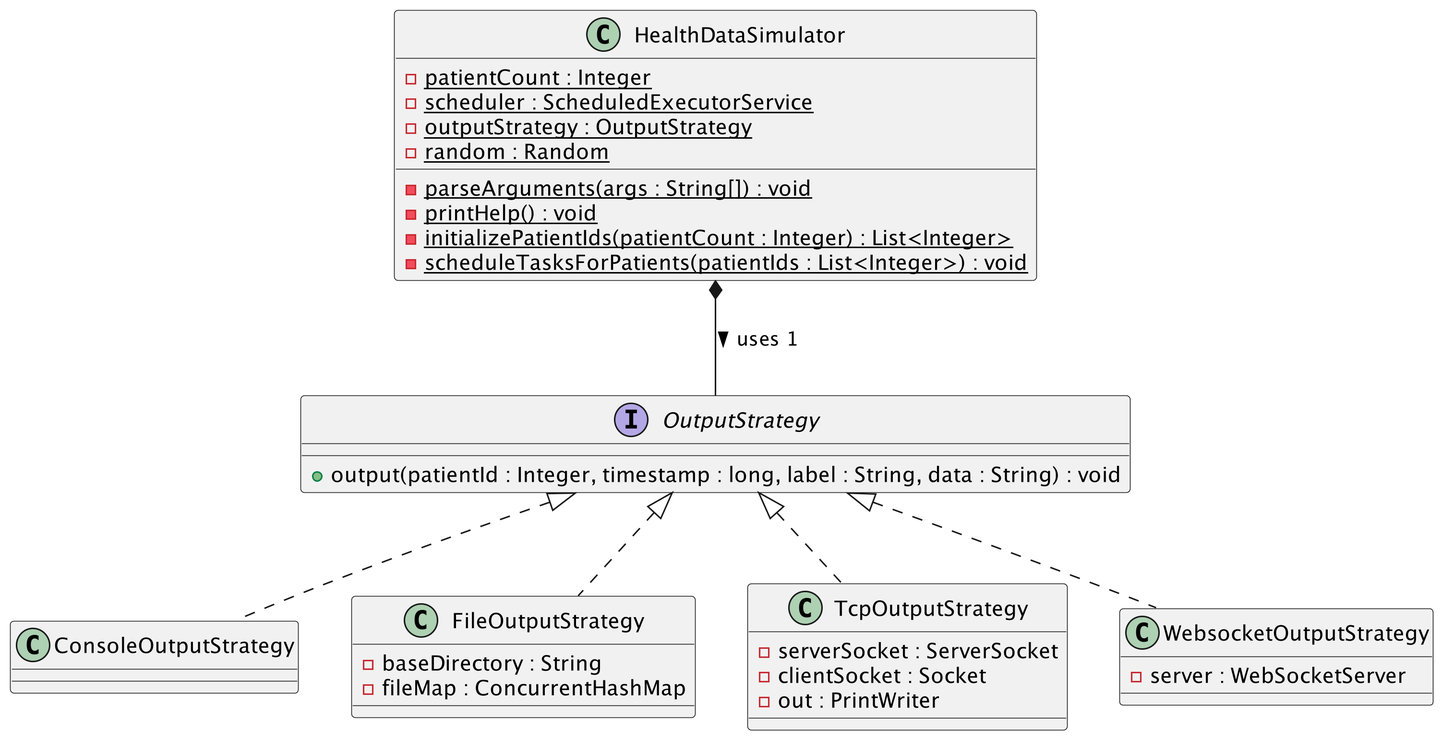
The PlantUML diagram uml_models/class-diagram.png in cartesian-plane/signal_project, before a commit.
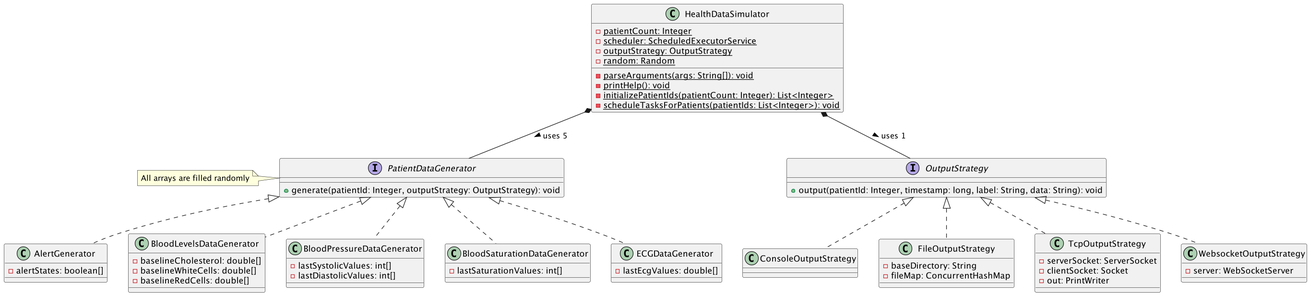
After the change.

Commit message:
Finish Class diagram

Diff of the diagram source:
```diff
@@ -2,24 +2,62 @@
 
 skinparam dpi 300
 
-HealthDataSimulator *-- OutputStrategy : uses 1 >
+HealthDataSimulator *-- OutputStrategy: uses 1 >
+HealthDataSimulator *-- PatientDataGenerator: uses 5 >
 
 class HealthDataSimulator {
-    - patientCount : Integer {static}
-    - scheduler : ScheduledExecutorService {static}
-    - outputStrategy : OutputStrategy {static}
-    - random : Random {static}
+    - patientCount: Integer {static}
+    - scheduler: ScheduledExecutorService {static}
+    - outputStrategy: OutputStrategy {static}
+    - random: Random {static}
 
-    - parseArguments(args : String[]) : void {static}
-    - printHelp() : void {static}
-    - initializePatientIds(patientCount : Integer) : List<Integer> {static}
-    - scheduleTasksForPatients(patientIds : List<Integer>) : void {static}
+    - parseArguments(args: String[]): void {static}
+    - printHelp(): void {static}
+    - initializePatientIds(patientCount: Integer): List<Integer> {static}
+    - scheduleTasksForPatients(patientIds: List<Integer>): void {static}
 
 
 }
 
+interface PatientDataGenerator {
+    + generate(patientId: Integer, outputStrategy: OutputStrategy): void
+}
+note left of PatientDataGenerator: All arrays are filled randomly
+
+
+class AlertGenerator {
+    - alertStates: boolean[]
+
+}
+
+class BloodLevelsDataGenerator {
+    - baselineCholesterol: double[]
+    - baselineWhiteCells: double[]
+    - baselineRedCells: double[]
+}
+
+class BloodPressureDataGenerator {
+    - lastSystolicValues: int[]
+    - lastDiastolicValues: int[]
+}
+
+class BloodSaturationDataGenerator {
+    - lastSaturationValues: int[]
+}
+
+class ECGDataGenerator {
+    -lastEcgValues: double[]
+}
+
+
+class AlertGenerator implements PatientDataGenerator
+class BloodLevelsDataGenerator implements PatientDataGenerator
+class BloodPressureDataGenerator implements PatientDataGenerator
+class BloodSaturationDataGenerator implements PatientDataGenerator
+class ECGDataGenerator implements PatientDataGenerator
+
 interface OutputStrategy {
-    + output(patientId : Integer, timestamp : long, label : String, data : String) : void
+    + output(patientId: Integer, timestamp: long, label: String, data: String): void
 }
 
 class ConsoleOutputStrategy {
@@ -27,21 +65,21 @@
 }
 
 class FileOutputStrategy {
-    - baseDirectory : String
-    - fileMap : ConcurrentHashMap
+    - baseDirectory: String
+    - fileMap: ConcurrentHashMap
 
 }
 
 
 
 class TcpOutputStrategy {
-    - serverSocket : ServerSocket
-    - clientSocket : Socket
-    - out : PrintWriter
+    - serverSocket: ServerSocket
+    - clientSocket: Socket
+    - out: PrintWriter
 }
 
 class WebsocketOutputStrategy {
-    - server : WebSocketServer
+    - server: WebSocketServer
 }
 
 class FileOutputStrategy implements OutputStrategy
```
